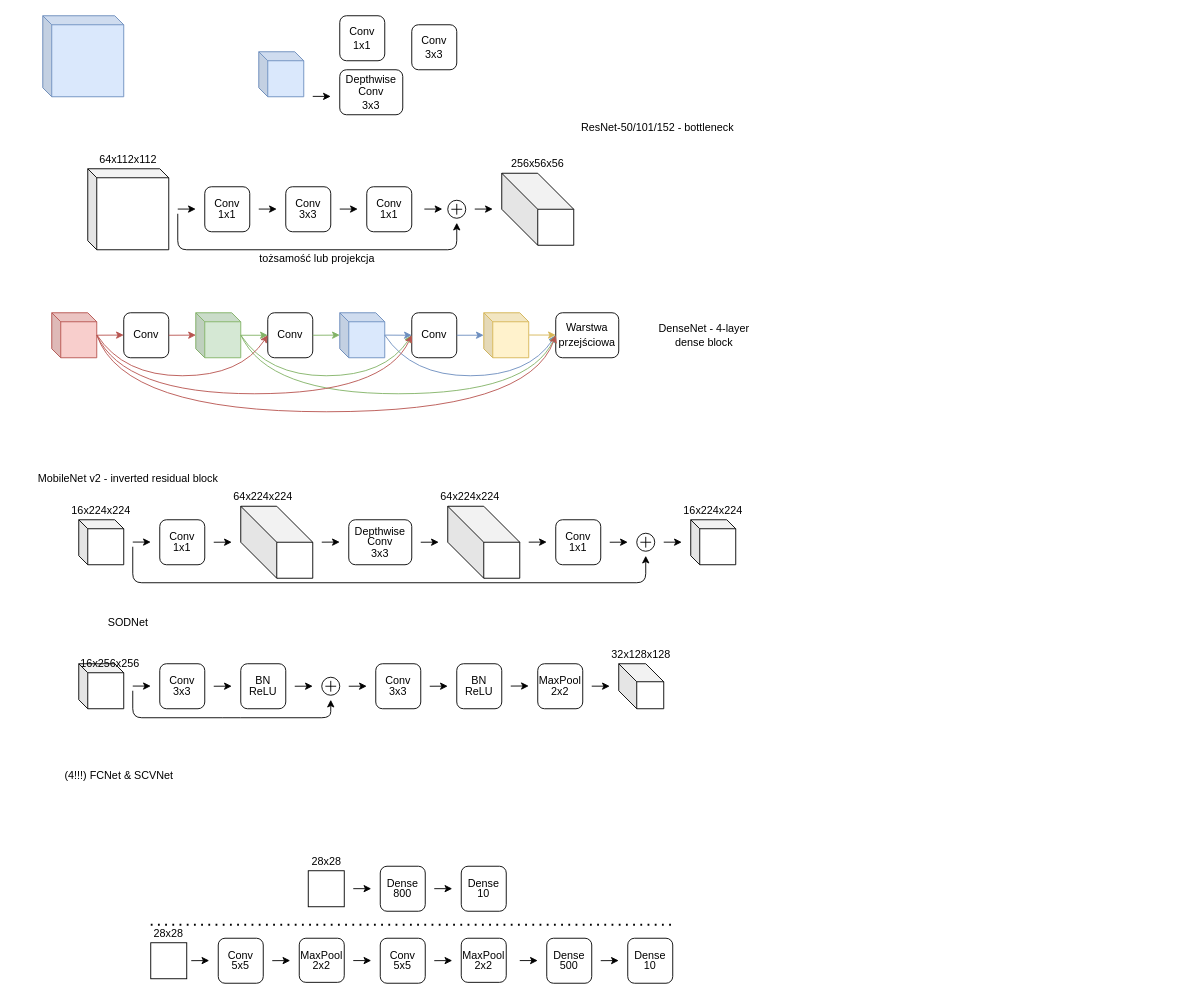
Before: paper/2.clf_diagrams.drawio in mihawb/dnn-lang-comparison, a draw.io diagram. Source tidied: cells renumbered, new cells numbered last; positions are measured from the earlier drawing's top-left corner, leaving out a move shared by most shapes. Both pictures are drawn from the tidied source at 90%, with x=0, y=0 at pixel (15, 15).
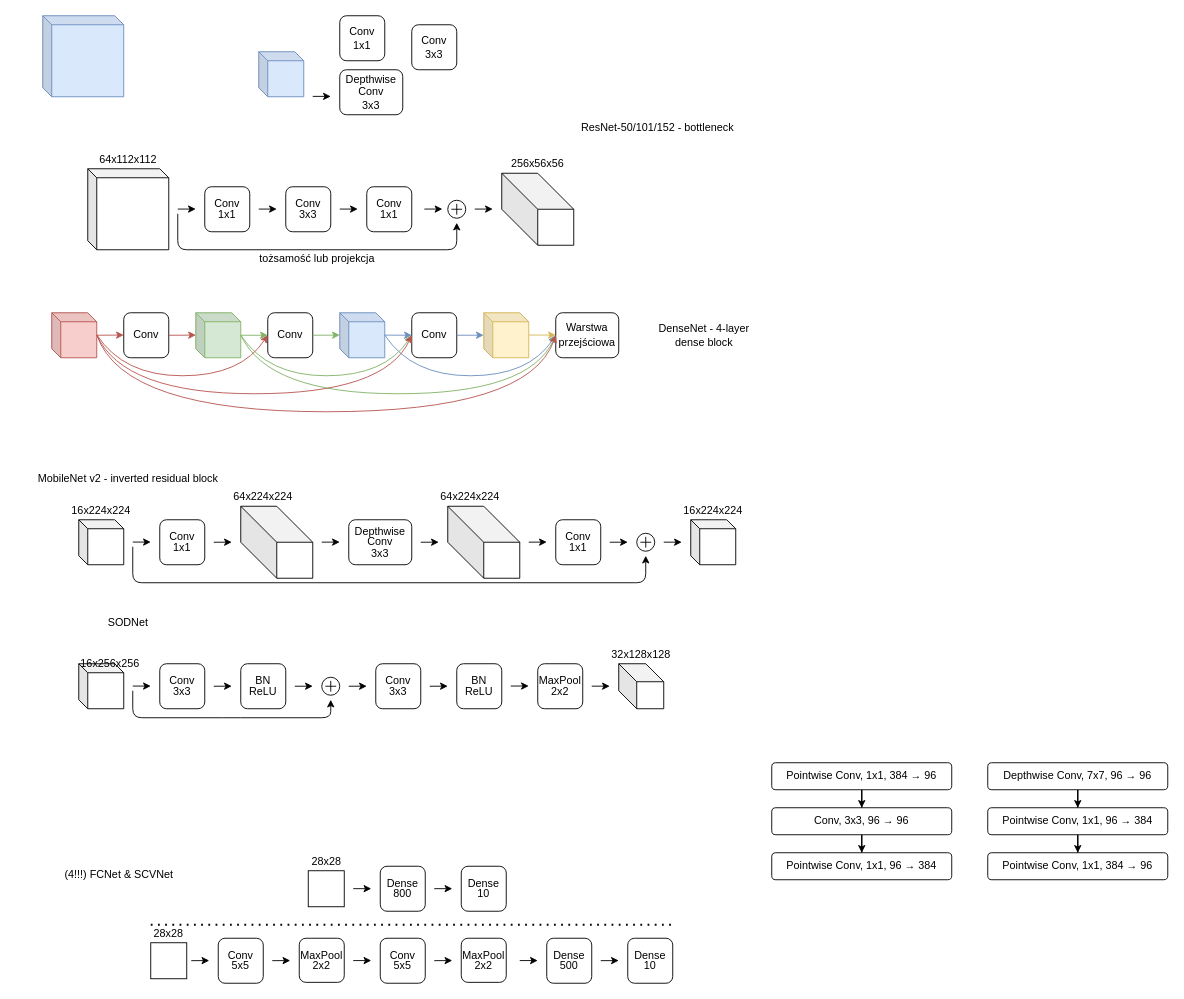
After the change.

What changed in the source:
```diff
@@
     <mxCell id="132" value="(4!!!) FCNet &amp;amp; SCVNet" style="text;html=1;strokeColor=none;fillColor=none;align=center;verticalAlign=middle;whiteSpace=wrap;rounded=0;" parent="1" vertex="1">
-      <mxGeometry y="830" width="230" height="30" as="geometry" />
+      <mxGeometry y="940" width="230" height="30" as="geometry" />
     </mxCell>
@@
+    <mxCell id="187" style="edgeStyle=orthogonalEdgeStyle;rounded=0;jettySize=auto;html=1;entryX=0.5;entryY=0;entryDx=0;entryDy=0;" parent="1" edge="1" source="188" target="190">
+      <mxGeometry relative="1" as="geometry" />
+    </mxCell>
+    <mxCell id="188" value="Pointwise Conv, 1x1, 384 → 96" style="rounded=1;whiteSpace=wrap;html=1;" parent="1" vertex="1">
+      <mxGeometry x="840" y="830" width="200" height="30" as="geometry" />
+    </mxCell>
+    <mxCell id="189" style="edgeStyle=orthogonalEdgeStyle;rounded=0;jettySize=auto;html=1;entryX=0.5;entryY=0;entryDx=0;entryDy=0;" parent="1" edge="1" source="190" target="191">
+      <mxGeometry relative="1" as="geometry" />
+    </mxCell>
+    <mxCell id="190" value="Conv, 3x3, 96 → 96" style="rounded=1;whiteSpace=wrap;html=1;" parent="1" vertex="1">
+      <mxGeometry x="840" y="880" width="200" height="30" as="geometry" />
+    </mxCell>
+    <mxCell id="191" value="Pointwise Conv, 1x1, 96 → 384" style="rounded=1;whiteSpace=wrap;html=1;" parent="1" vertex="1">
+      <mxGeometry x="840" y="930" width="200" height="30" as="geometry" />
+    </mxCell>
+    <mxCell id="192" style="edgeStyle=orthogonalEdgeStyle;rounded=0;jettySize=auto;html=1;entryX=0.5;entryY=0;entryDx=0;entryDy=0;" parent="1" edge="1" source="193" target="195">
+      <mxGeometry relative="1" as="geometry" />
+    </mxCell>
+    <mxCell id="193" value="Depthwise Conv, 7x7, 96 → 96" style="rounded=1;whiteSpace=wrap;html=1;" parent="1" vertex="1">
+      <mxGeometry x="1080" y="830" width="200" height="30" as="geometry" />
+    </mxCell>
+    <mxCell id="194" style="edgeStyle=orthogonalEdgeStyle;rounded=0;jettySize=auto;html=1;entryX=0.5;entryY=0;entryDx=0;entryDy=0;" parent="1" edge="1" source="195" target="196">
+      <mxGeometry relative="1" as="geometry" />
+    </mxCell>
+    <mxCell id="195" value="Pointwise Conv, 1x1, 96 → 384" style="rounded=1;whiteSpace=wrap;html=1;" parent="1" vertex="1">
+      <mxGeometry x="1080" y="880" width="200" height="30" as="geometry" />
+    </mxCell>
+    <mxCell id="196" value="Pointwise Conv, 1x1, 384 → 96" style="rounded=1;whiteSpace=wrap;html=1;" parent="1" vertex="1">
+      <mxGeometry x="1080" y="930" width="200" height="30" as="geometry" />
+    </mxCell>
```
